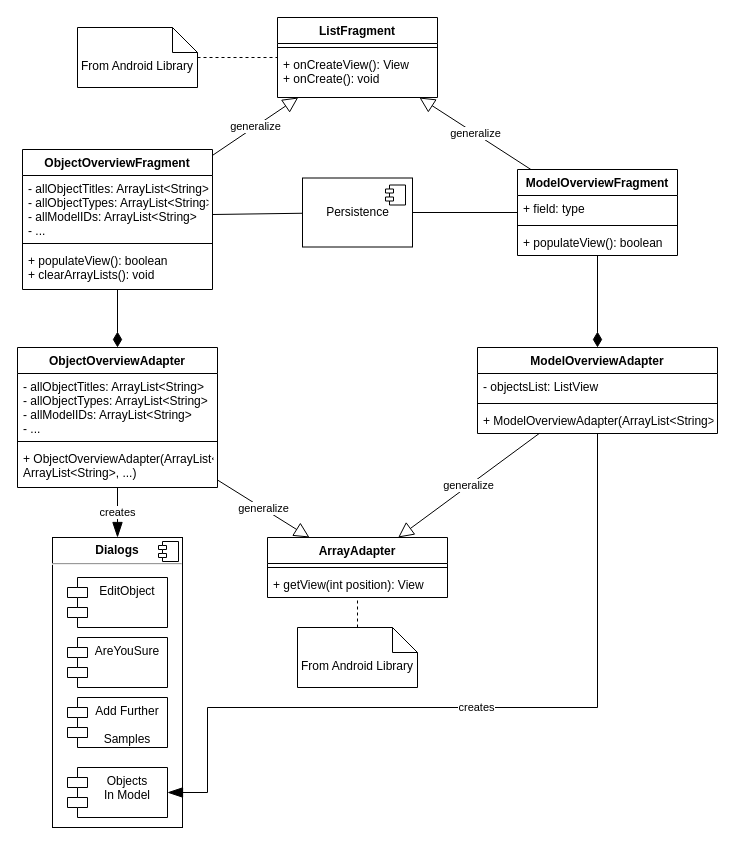
mischlox/AR-App-Object-Recognition keeps this draw.io diagram as architecture/object-overview-class-diagram.drawio. Above is the earlier version. Source tidied: cells renumbered, new cells numbered last; positions are measured from the earlier drawing's top-left corner, leaving out a move shared by most shapes. Both pictures are drawn from the tidied source at 100%, with x=0, y=0 at pixel (17, 17).
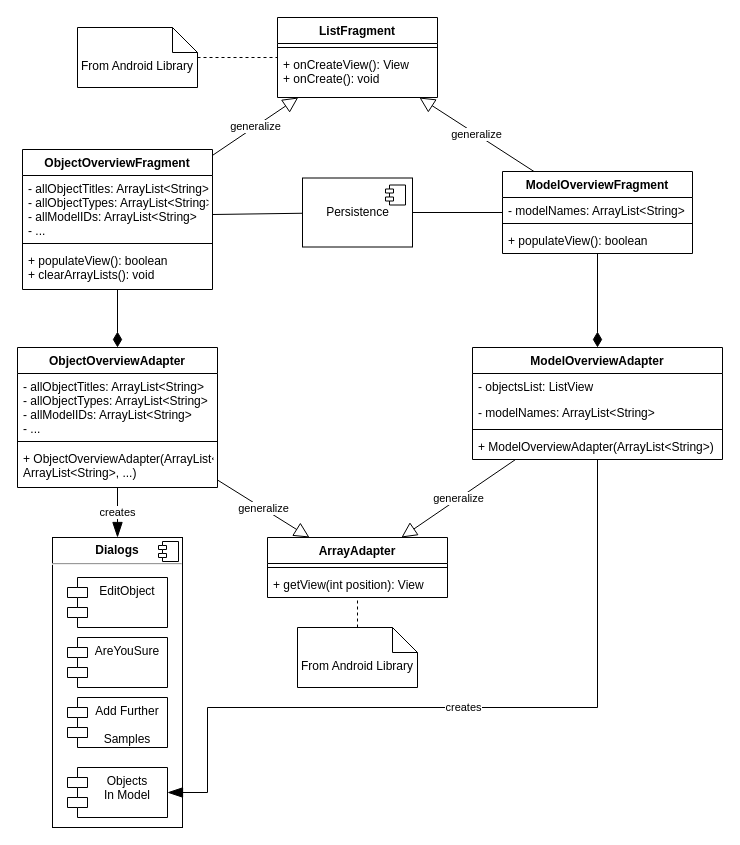
After the change.

Commit message (it also covers changes not shown here):
Add some uml diagrams

Diff of the diagram source:
```diff
@@
     <mxCell id="7" value="ModelOverviewFragment" style="swimlane;fontStyle=1;align=center;verticalAlign=top;horizontal=1;startSize=26;" parent="1" vertex="1">
-      <mxGeometry x="500" y="152" width="160" height="86" as="geometry" />
+      <mxGeometry x="485" y="154" width="190" height="82" as="geometry" />
     </mxCell>
-    <mxCell id="8" value="+ field: type" style="text;strokeColor=none;fillColor=none;align=left;verticalAlign=top;spacingLeft=4;spacingRight=4;overflow=hidden;" parent="7" vertex="1">
-      <mxGeometry y="26" width="160" height="26" as="geometry" />
+    <mxCell id="8" value="- modelNames: ArrayList&lt;String&gt;" style="text;strokeColor=none;fillColor=none;align=left;verticalAlign=top;spacingLeft=4;spacingRight=4;overflow=hidden;" parent="7" vertex="1">
+      <mxGeometry y="26" width="190" height="22" as="geometry" />
     </mxCell>
     <mxCell id="9" style="line;strokeWidth=1;fillColor=none;align=left;verticalAlign=middle;spacingTop=-1;spacingLeft=3;spacingRight=3;labelPosition=right;" parent="7" vertex="1">
-      <mxGeometry y="52" width="160" height="8" as="geometry" />
+      <mxGeometry y="48" width="190" height="8" as="geometry" />
     </mxCell>
     <mxCell id="10" value="+ populateView(): boolean" style="text;strokeColor=none;fillColor=none;align=left;verticalAlign=top;spacingLeft=4;spacingRight=4;overflow=hidden;" parent="7" vertex="1">
-      <mxGeometry y="60" width="160" height="26" as="geometry" />
+      <mxGeometry y="56" width="190" height="26" as="geometry" />
     </mxCell>
@@
     <mxCell id="23" value="ModelOverviewAdapter" style="swimlane;fontStyle=1;align=center;verticalAlign=top;horizontal=1;startSize=26;" parent="1" vertex="1">
-      <mxGeometry x="460" y="330" width="240" height="86" as="geometry" />
+      <mxGeometry x="455" y="330" width="250" height="112" as="geometry" />
     </mxCell>
     <mxCell id="24" value="- objectsList: ListView" style="text;strokeColor=none;fillColor=none;align=left;verticalAlign=top;spacingLeft=4;spacingRight=4;overflow=hidden;" parent="23" vertex="1">
-      <mxGeometry y="26" width="240" height="26" as="geometry" />
+      <mxGeometry y="26" width="250" height="26" as="geometry" />
     </mxCell>
+    <mxCell id="46" value="- modelNames: ArrayList&lt;String&gt;" style="text;strokeColor=none;fillColor=none;align=left;verticalAlign=top;spacingLeft=4;spacingRight=4;overflow=hidden;" parent="23" vertex="1">
+      <mxGeometry y="52" width="250" height="26" as="geometry" />
+    </mxCell>
     <mxCell id="25" style="line;strokeWidth=1;fillColor=none;align=left;verticalAlign=middle;spacingTop=-1;spacingLeft=3;spacingRight=3;labelPosition=right;" parent="23" vertex="1">
-      <mxGeometry y="52" width="240" height="8" as="geometry" />
+      <mxGeometry y="78" width="250" height="8" as="geometry" />
     </mxCell>
     <mxCell id="26" value="+ ModelOverviewAdapter(ArrayList&lt;String&gt;)" style="text;strokeColor=none;fillColor=none;align=left;verticalAlign=top;spacingLeft=4;spacingRight=4;overflow=hidden;" parent="23" vertex="1">
-      <mxGeometry y="60" width="240" height="26" as="geometry" />
+      <mxGeometry y="86" width="250" height="26" as="geometry" />
     </mxCell>
```
